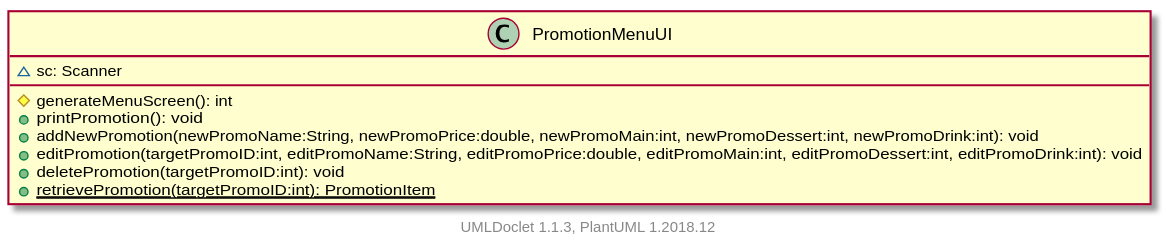
The PlantUML diagram projects/oodp/html/umlversion/uml/sg.edu.ntu.scse.cz2002.ui.PromotionMenuUI.svg in itachi1706/How-to-use-Git-NTUSCSE1819-Site, before a commit.
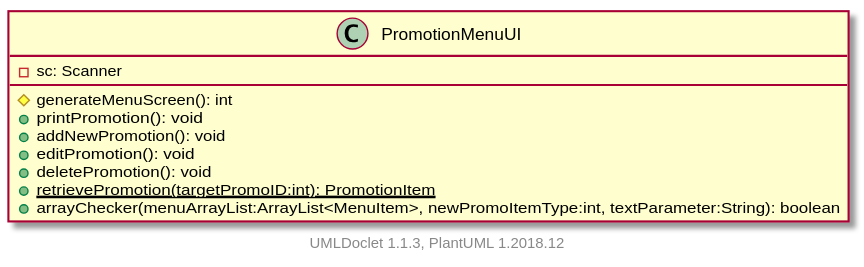
The same diagram one commit later.

Diff of the diagram source:
```diff
@@ -1,13 +1,14 @@
 @startuml
 
     class PromotionMenuUI [[../sg/edu/ntu/scse/cz2002/ui/PromotionMenuUI.html]] {
-        ~sc: Scanner
+        -sc: Scanner
         #generateMenuScreen(): int
         +printPromotion(): void
-        +addNewPromotion(newPromoName:String, newPromoPrice:double, newPromoMain:int, newPromoDessert:int, newPromoDrink:int): void
-        +editPromotion(targetPromoID:int, editPromoName:String, editPromoPrice:double, editPromoMain:int, editPromoDessert:int, editPromoDrink:int): void
-        +deletePromotion(targetPromoID:int): void
+        +addNewPromotion(): void
+        +editPromotion(): void
+        +deletePromotion(): void
         {static} +retrievePromotion(targetPromoID:int): PromotionItem
+        +arrayChecker(menuArrayList:ArrayList<MenuItem>, newPromoItemType:int, textParameter:String): boolean
     }
 
 
```
